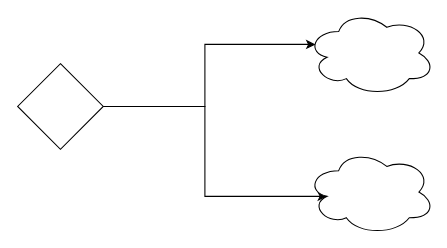
nsadiq3/autojenkins keeps this draw.io diagram as devops-state.drawio. Above is the earlier version. Source tidied: cells renumbered, new cells numbered last; positions are measured from the earlier drawing's top-left corner, leaving out a move shared by most shapes. Both pictures are drawn from the tidied source at 107%, with x=0, y=0 at pixel (17, 10).
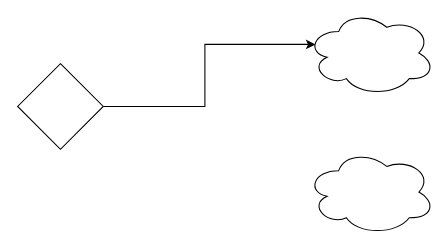
The same page after the edit.

Diff of the diagram source:
```diff
@@
 <mxGraphModel>
   <root>
     <mxCell id="0" />
     <mxCell id="1" parent="0" />
     <mxCell id="2" style="edgeStyle=orthogonalEdgeStyle;rounded=0;jettySize=auto;html=1;entryX=0.07;entryY=0.4;entryDx=0;entryDy=0;entryPerimeter=0;" parent="1" edge="1" source="4" target="5">
       <mxGeometry relative="1" as="geometry" />
     </mxCell>
-    <mxCell id="3" style="edgeStyle=orthogonalEdgeStyle;rounded=0;jettySize=auto;html=1;entryX=0.16;entryY=0.55;entryDx=0;entryDy=0;entryPerimeter=0;" parent="1" edge="1" source="4" target="6">
-      <mxGeometry relative="1" as="geometry" />
-    </mxCell>
     <mxCell id="4" style="rhombus;whiteSpace=wrap;html=1;" parent="1" vertex="1">
       <mxGeometry y="50" width="80" height="80" as="geometry" />
     </mxCell>
     <mxCell id="5" style="ellipse;shape=cloud;whiteSpace=wrap;html=1;" parent="1" vertex="1">
       <mxGeometry x="270" width="120" height="80" as="geometry" />
     </mxCell>
     <mxCell id="6" style="ellipse;shape=cloud;whiteSpace=wrap;html=1;" parent="1" vertex="1">
       <mxGeometry x="270" y="130" width="120" height="80" as="geometry" />
     </mxCell>
   </root>
 </mxGraphModel>
```
